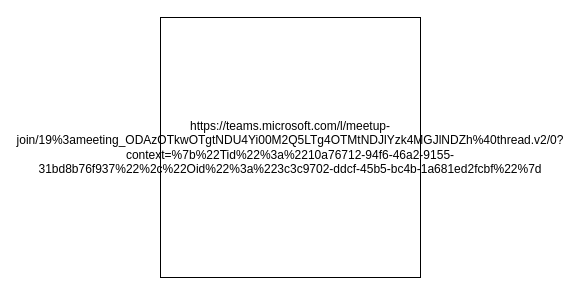
Earlier version of the draw.io diagram Diagrama sin título.drawio (rgil93/Prueba). Source tidied: cells renumbered, new cells numbered last; positions are measured from the earlier drawing's top-left corner, leaving out a move shared by most shapes. Both pictures are drawn from the tidied source at 100%, with x=0, y=0 at pixel (160, 17).
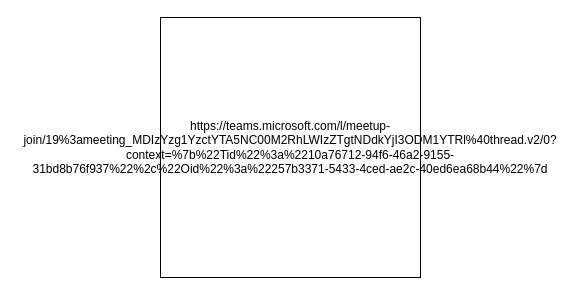
The same page after the edit.

Change to the diagram source:
```diff
@@
 <mxGraphModel>
   <root>
     <mxCell id="0" />
     <mxCell id="1" parent="0" />
-    <mxCell id="2" value="https://teams.microsoft.com/l/meetup-join/19%3ameeting_ODAzOTkwOTgtNDU4Yi00M2Q5LTg4OTMtNDJlYzk4MGJlNDZh%40thread.v2/0?context=%7b%22Tid%22%3a%2210a76712-94f6-46a2-9155-31bd8b76f937%22%2c%22Oid%22%3a%223c3c9702-ddcf-45b5-bc4b-1a681ed2fcbf%22%7d" style="whiteSpace=wrap;html=1;" parent="1" vertex="1">
+    <mxCell id="2" value="https://teams.microsoft.com/l/meetup-join/19%3ameeting_MDIzYzg1YzctYTA5NC00M2RhLWIzZTgtNDdkYjI3ODM1YTRl%40thread.v2/0?context=%7b%22Tid%22%3a%2210a76712-94f6-46a2-9155-31bd8b76f937%22%2c%22Oid%22%3a%22257b3371-5433-4ced-ae2c-40ed6ea68b44%22%7d" style="whiteSpace=wrap;html=1;" parent="1" vertex="1">
       <mxGeometry width="260" height="260" as="geometry" />
     </mxCell>
   </root>
 </mxGraphModel>
```
